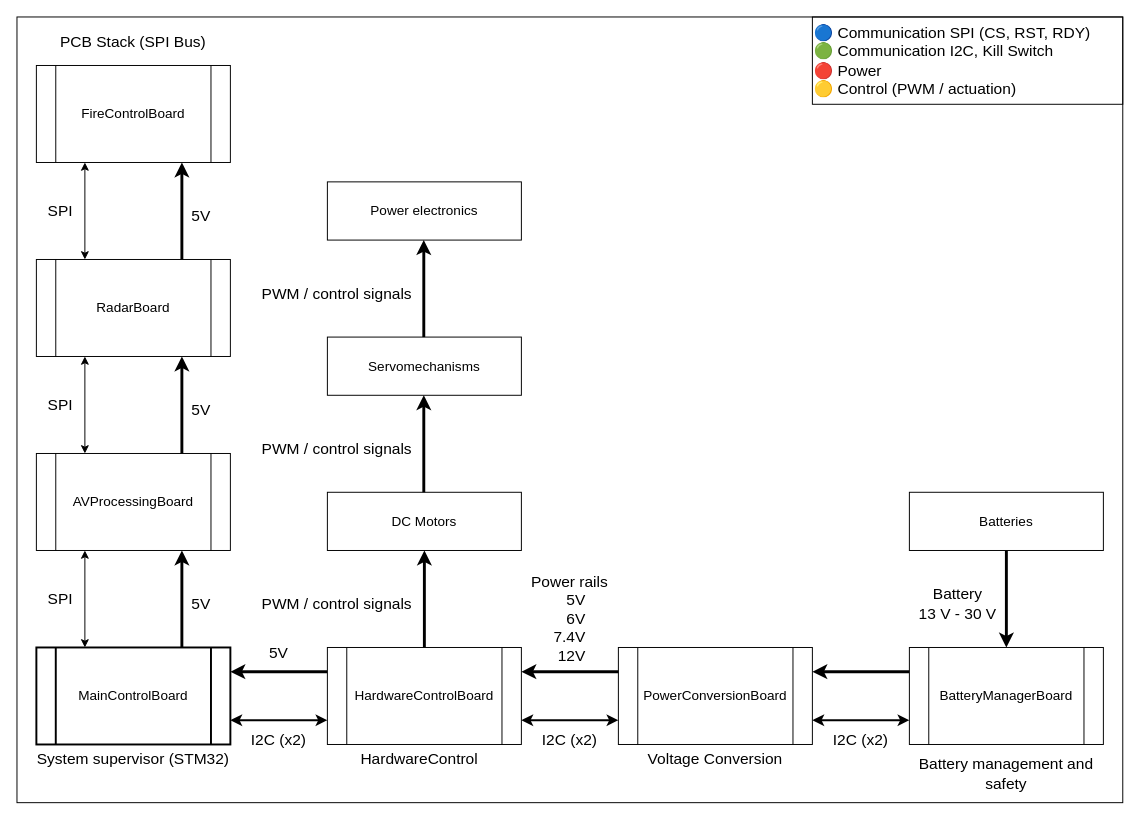
Above: Media/System_Architecture_Diagram.drawio in alan-kudelko/TrinityTrack6000 (draw.io), before the change. Source tidied: cells renumbered, new cells numbered last; positions are measured from the earlier drawing's top-left corner, leaving out a move shared by most shapes. Both pictures are drawn from the tidied source at 97%, with x=0, y=0 at pixel (16, 16).
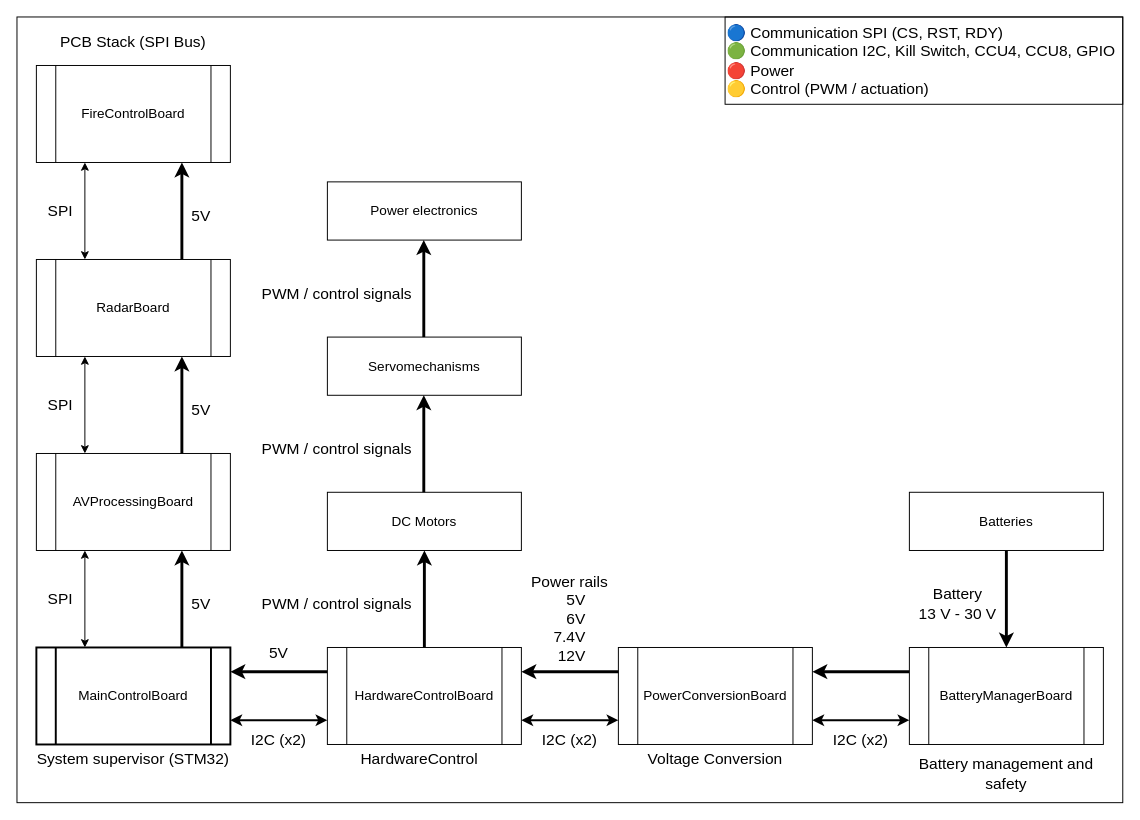
After the change.

Commit message (it also covers changes not shown here):
System Architecture update

Diff of the diagram source:
```diff
@@
-    <mxCell id="48" value="🔵 Communication SPI (CS, RST, RDY)&lt;div&gt;🟢 Communication I2C, Kill Switch&lt;br&gt;&lt;div&gt;🔴 Power&lt;br&gt;🟡 Control (PWM / actuation)&lt;/div&gt;&lt;/div&gt;" style="text;html=1;whiteSpace=wrap;strokeColor=default;fillColor=none;align=left;verticalAlign=middle;rounded=0;fontSize=16;" parent="1" vertex="1">
-      <mxGeometry x="820" width="320" height="90" as="geometry" />
+    <mxCell id="48" value="🔵 Communication SPI (CS, RST, RDY)&lt;div&gt;🟢 Communication I2C, Kill Switch, CCU4, CCU8, GPIO&lt;br&gt;&lt;div&gt;🔴 Power&lt;br&gt;🟡 Control (PWM / actuation)&lt;/div&gt;&lt;/div&gt;" style="text;html=1;whiteSpace=wrap;strokeColor=default;fillColor=none;align=left;verticalAlign=middle;rounded=0;fontSize=16;" parent="1" vertex="1">
+      <mxGeometry x="730" width="410" height="90" as="geometry" />
     </mxCell>
```
